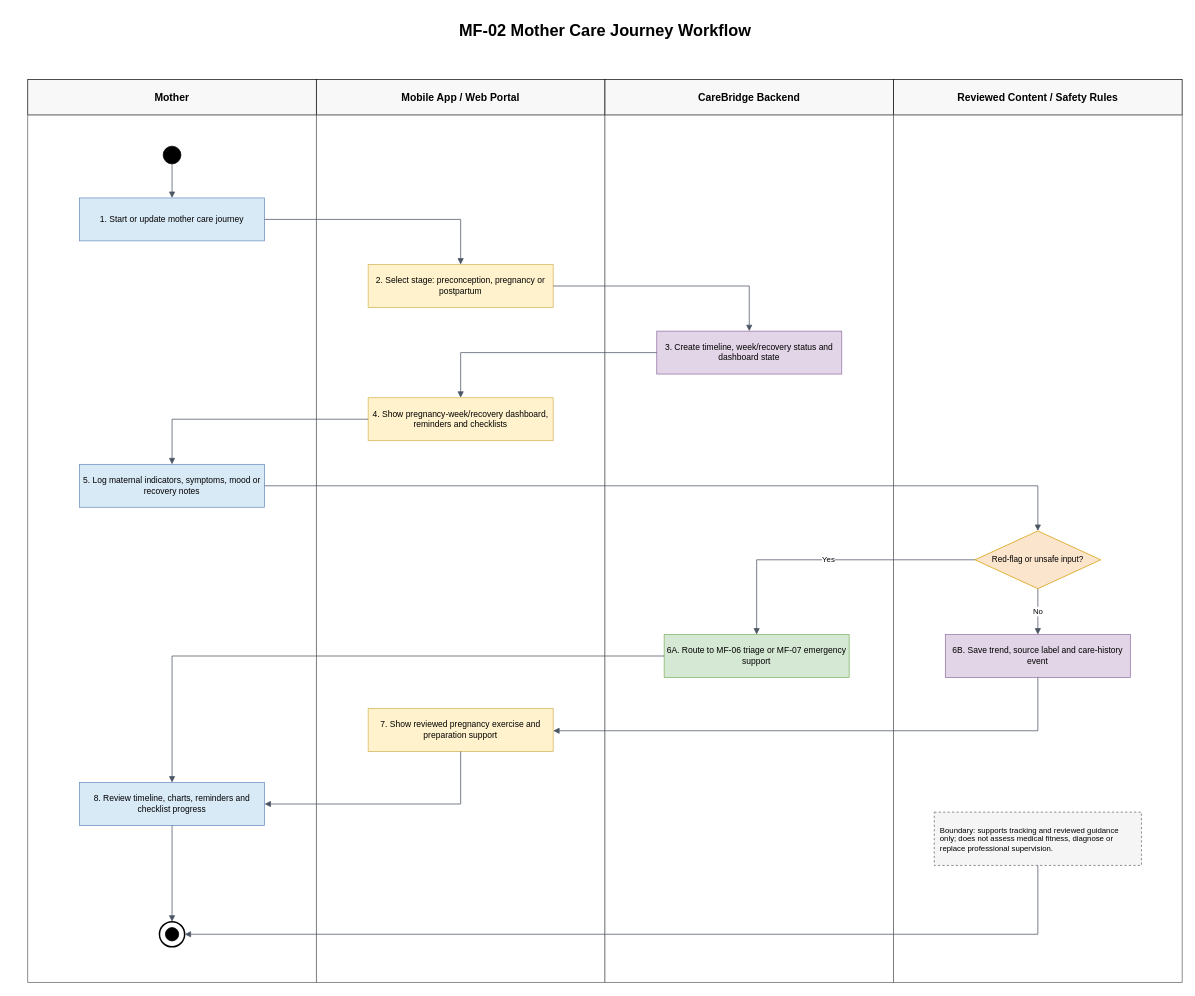
Earlier version of the draw.io diagram page "MF-02 Mother Care Journey Workflow" (2 of 7) of 03_Design/ActivityDiagram/CareBridge-Main-Workflows.drawio (ChuongBDHE172784/CareBridge_SEP490_G79). Source tidied: cells renumbered, new cells numbered last; positions are measured from the earlier drawing's top-left corner, leaving out a move shared by most shapes. Both pictures are drawn from the tidied source at 74%, with x=0, y=0 at pixel (27, 13).
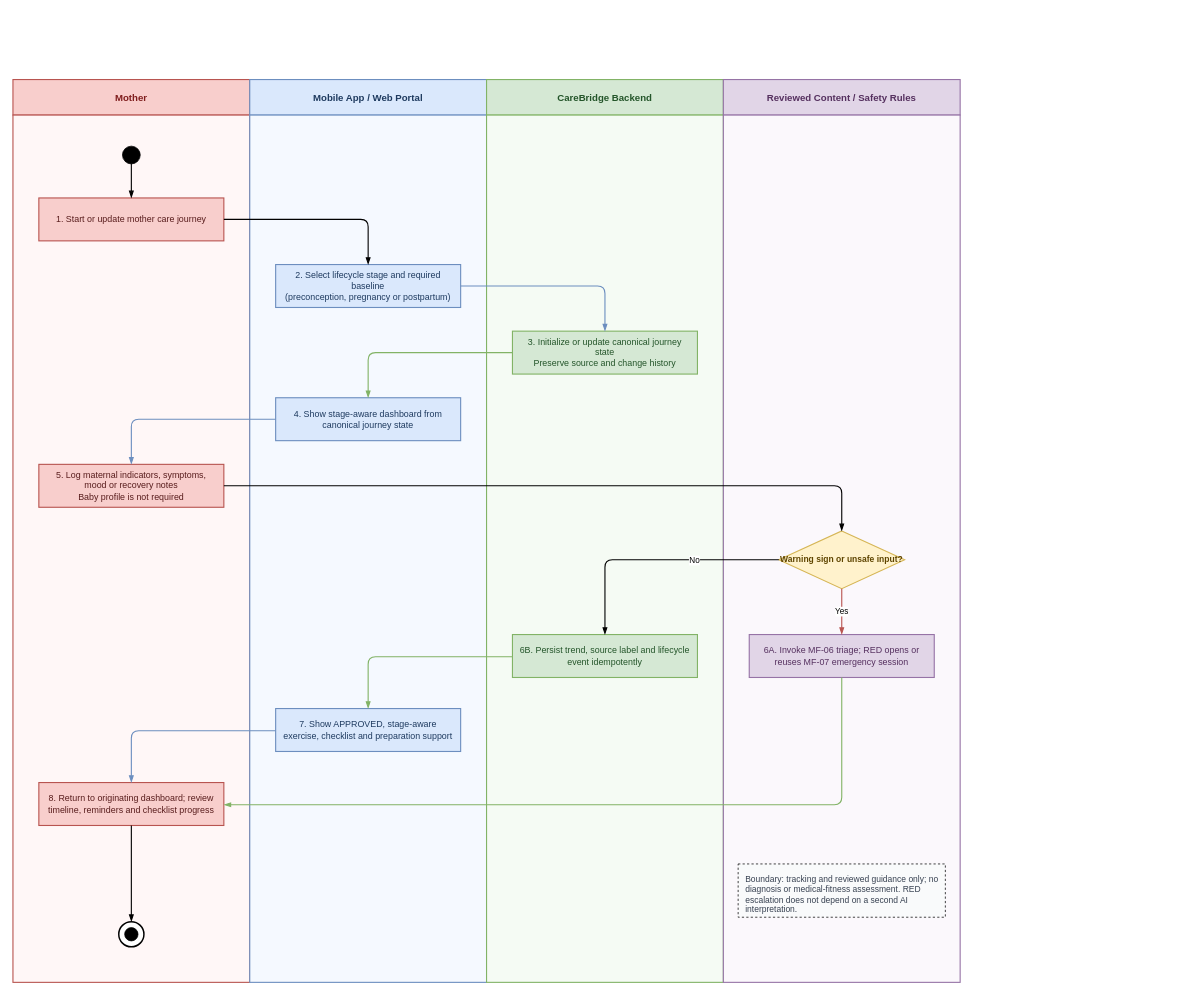
The same diagram, later.

What changed in the source:
```diff
@@
-    <mxCell id="2" value="MF-02 Mother Care Journey Workflow" style="text;html=1;strokeColor=none;fillColor=none;fontFamily=Arial;fontSize=22;fontStyle=1;align=center;verticalAlign=middle;" parent="1" vertex="1">
-      <mxGeometry width="1560" height="50" as="geometry" />
-    </mxCell>
-    <mxCell id="3" value="Mother" style="rounded=0;whiteSpace=wrap;html=1;fillColor=#f8f8f8;strokeColor=#111111;strokeWidth=1;fontStyle=1;fontSize=14;fontFamily=Arial;" parent="1" vertex="1">
-      <mxGeometry y="90" width="390" height="48" as="geometry" />
+    <mxCell id="3" value="Mother" style="rounded=0;whiteSpace=wrap;html=1;fillColor=#F8CECC;strokeColor=#B85450;strokeWidth=1.5;fontStyle=1;fontSize=13;fontFamily=Arial;fontColor=#7F1D1D;align=center;verticalAlign=middle;" parent="1" vertex="1">
+      <mxGeometry x="-20" y="90" width="320" height="48" as="geometry" />
     </mxCell>
-    <mxCell id="4" style="rounded=0;whiteSpace=wrap;html=1;fillColor=#ffffff;strokeColor=#666666;strokeWidth=1;fontFamily=Arial;" parent="1" vertex="1">
-      <mxGeometry y="138" width="390" height="1172" as="geometry" />
+    <mxCell id="4" style="rounded=0;whiteSpace=wrap;html=1;fillColor=#FFF7F7;strokeColor=#B85450;strokeWidth=1.5;fontFamily=Arial;" parent="1" vertex="1">
+      <mxGeometry x="-20" y="138" width="320" height="1172" as="geometry" />
     </mxCell>
-    <mxCell id="5" value="Mobile App / Web Portal" style="rounded=0;whiteSpace=wrap;html=1;fillColor=#f8f8f8;strokeColor=#111111;strokeWidth=1;fontStyle=1;fontSize=14;fontFamily=Arial;" parent="1" vertex="1">
-      <mxGeometry x="390" y="90" width="390" height="48" as="geometry" />
+    <mxCell id="5" value="Mobile App / Web Portal" style="rounded=0;whiteSpace=wrap;html=1;fillColor=#DAE8FC;strokeColor=#6C8EBF;strokeWidth=1.5;fontStyle=1;fontSize=13;fontFamily=Arial;fontColor=#1E3A5F;align=center;verticalAlign=middle;" parent="1" vertex="1">
+      <mxGeometry x="300" y="90" width="320" height="48" as="geometry" />
     </mxCell>
-    <mxCell id="6" style="rounded=0;whiteSpace=wrap;html=1;fillColor=#ffffff;strokeColor=#666666;strokeWidth=1;fontFamily=Arial;" parent="1" vertex="1">
-      <mxGeometry x="390" y="138" width="390" height="1172" as="geometry" />
+    <mxCell id="6" style="rounded=0;whiteSpace=wrap;html=1;fillColor=#F5F9FF;strokeColor=#6C8EBF;strokeWidth=1.5;fontFamily=Arial;" parent="1" vertex="1">
+      <mxGeometry x="300" y="138" width="320" height="1172" as="geometry" />
     </mxCell>
-    <mxCell id="7" value="CareBridge Backend" style="rounded=0;whiteSpace=wrap;html=1;fillColor=#f8f8f8;strokeColor=#111111;strokeWidth=1;fontStyle=1;fontSize=14;fontFamily=Arial;" parent="1" vertex="1">
-      <mxGeometry x="780" y="90" width="390" height="48" as="geometry" />
+    <mxCell id="7" value="CareBridge Backend" style="rounded=0;whiteSpace=wrap;html=1;fillColor=#D5E8D4;strokeColor=#82B366;strokeWidth=1.5;fontStyle=1;fontSize=13;fontFamily=Arial;fontColor=#24552A;align=center;verticalAlign=middle;" parent="1" vertex="1">
+      <mxGeometry x="620" y="90" width="320" height="48" as="geometry" />
     </mxCell>
-    <mxCell id="8" style="rounded=0;whiteSpace=wrap;html=1;fillColor=#ffffff;strokeColor=#666666;strokeWidth=1;fontFamily=Arial;" parent="1" vertex="1">
-      <mxGeometry x="780" y="138" width="390" height="1172" as="geometry" />
+    <mxCell id="8" style="rounded=0;whiteSpace=wrap;html=1;fillColor=#F5FBF4;strokeColor=#82B366;strokeWidth=1.5;fontFamily=Arial;" parent="1" vertex="1">
+      <mxGeometry x="620" y="138" width="320" height="1172" as="geometry" />
     </mxCell>
-    <mxCell id="9" value="Reviewed Content / Safety Rules" style="rounded=0;whiteSpace=wrap;html=1;fillColor=#f8f8f8;strokeColor=#111111;strokeWidth=1;fontStyle=1;fontSize=14;fontFamily=Arial;" parent="1" vertex="1">
-      <mxGeometry x="1170" y="90" width="390" height="48" as="geometry" />
+    <mxCell id="9" value="Reviewed Content / Safety Rules" style="rounded=0;whiteSpace=wrap;html=1;fillColor=#E1D5E7;strokeColor=#9673A6;strokeWidth=1.5;fontStyle=1;fontSize=13;fontFamily=Arial;fontColor=#55305F;align=center;verticalAlign=middle;" parent="1" vertex="1">
+      <mxGeometry x="940" y="90" width="320" height="48" as="geometry" />
     </mxCell>
-    <mxCell id="10" style="rounded=0;whiteSpace=wrap;html=1;fillColor=#ffffff;strokeColor=#666666;strokeWidth=1;fontFamily=Arial;" parent="1" vertex="1">
-      <mxGeometry x="1170" y="138" width="390" height="1172" as="geometry" />
+    <mxCell id="10" style="rounded=0;whiteSpace=wrap;html=1;fillColor=#FBF8FC;strokeColor=#9673A6;strokeWidth=1.5;fontFamily=Arial;" parent="1" vertex="1">
+      <mxGeometry x="940" y="138" width="320" height="1172" as="geometry" />
     </mxCell>
     <mxCell id="11" style="ellipse;whiteSpace=wrap;html=1;fillColor=#000000;strokeColor=#000000;strokeWidth=1;fontSize=1;fontColor=#000000;" parent="1" vertex="1">
-      <mxGeometry x="183" y="180" width="24" height="24" as="geometry" />
+      <mxGeometry x="128" y="180" width="24" height="24" as="geometry" />
     </mxCell>
-    <mxCell id="12" value="1. Start or update mother care journey" style="rounded=0;whiteSpace=wrap;html=1;fillColor=#d9eaf7;strokeColor=#6c8ebf;fontSize=11.5;fontFamily=Arial;align=center;verticalAlign=middle;" parent="1" vertex="1">
-      <mxGeometry x="70" y="250" width="250" height="58" as="geometry" />
+    <mxCell id="12" value="1. Start or update mother care journey" style="rounded=0;whiteSpace=wrap;html=1;fillColor=#F8CECC;strokeColor=#B85450;strokeWidth=1.5;fontFamily=Arial;fontSize=12;fontColor=#581C1C;align=center;verticalAlign=middle;spacing=8;" parent="1" vertex="1">
+      <mxGeometry x="15" y="250" width="250" height="58" as="geometry" />
     </mxCell>
-    <mxCell id="13" value="2. Select stage: preconception, pregnancy or postpartum" style="rounded=0;whiteSpace=wrap;html=1;fillColor=#fff2cc;strokeColor=#d6b656;fontSize=11.5;fontFamily=Arial;align=center;verticalAlign=middle;" parent="1" vertex="1">
-      <mxGeometry x="460" y="340" width="250" height="58" as="geometry" />
+    <mxCell id="13" value="2. Select lifecycle stage and required baseline&#10;(preconception, pregnancy or postpartum)" style="rounded=0;whiteSpace=wrap;html=1;fillColor=#DAE8FC;strokeColor=#6C8EBF;strokeWidth=1.5;fontFamily=Arial;fontSize=12;fontColor=#1E3A5F;align=center;verticalAlign=middle;spacing=8;" parent="1" vertex="1">
+      <mxGeometry x="335" y="340" width="250" height="58" as="geometry" />
     </mxCell>
-    <mxCell id="14" value="3. Create timeline, week/recovery status and dashboard state" style="rounded=0;whiteSpace=wrap;html=1;fillColor=#e1d5e7;strokeColor=#9673a6;fontSize=11.5;fontFamily=Arial;align=center;verticalAlign=middle;" parent="1" vertex="1">
-      <mxGeometry x="850" y="430" width="250" height="58" as="geometry" />
+    <mxCell id="14" value="3. Initialize or update canonical journey state&lt;br&gt;Preserve source and change history" style="rounded=0;whiteSpace=wrap;html=1;fillColor=#D5E8D4;strokeColor=#82B366;strokeWidth=1.5;fontFamily=Arial;fontSize=12;fontColor=#24552A;align=center;verticalAlign=middle;spacing=8;" parent="1" vertex="1">
+      <mxGeometry x="655" y="430" width="250" height="58" as="geometry" />
     </mxCell>
-    <mxCell id="15" value="4. Show pregnancy-week/recovery dashboard, reminders and checklists" style="rounded=0;whiteSpace=wrap;html=1;fillColor=#fff2cc;strokeColor=#d6b656;fontSize=11.5;fontFamily=Arial;align=center;verticalAlign=middle;" parent="1" vertex="1">
-      <mxGeometry x="460" y="520" width="250" height="58" as="geometry" />
+    <mxCell id="15" value="4. Show stage-aware dashboard from canonical journey state" style="rounded=0;whiteSpace=wrap;html=1;fillColor=#DAE8FC;strokeColor=#6C8EBF;strokeWidth=1.5;fontFamily=Arial;fontSize=12;fontColor=#1E3A5F;align=center;verticalAlign=middle;spacing=8;" parent="1" vertex="1">
+      <mxGeometry x="335" y="520" width="250" height="58" as="geometry" />
     </mxCell>
-    <mxCell id="16" value="5. Log maternal indicators, symptoms, mood or recovery notes" style="rounded=0;whiteSpace=wrap;html=1;fillColor=#d9eaf7;strokeColor=#6c8ebf;fontSize=11.5;fontFamily=Arial;align=center;verticalAlign=middle;" parent="1" vertex="1">
-      <mxGeometry x="70" y="610" width="250" height="58" as="geometry" />
+    <mxCell id="16" value="5. Log maternal indicators, symptoms, mood or recovery notes&#10;Baby profile is not required" style="rounded=0;whiteSpace=wrap;html=1;fillColor=#F8CECC;strokeColor=#B85450;strokeWidth=1.5;fontFamily=Arial;fontSize=12;fontColor=#581C1C;align=center;verticalAlign=middle;spacing=8;" parent="1" vertex="1">
+      <mxGeometry x="15" y="610" width="250" height="58" as="geometry" />
     </mxCell>
-    <mxCell id="17" value="Red-flag or unsafe input?" style="rhombus;whiteSpace=wrap;html=1;fillColor=#fce5cd;strokeColor=#d79b00;fontSize=11;fontFamily=Arial;align=center;verticalAlign=middle;" parent="1" vertex="1">
-      <mxGeometry x="1280" y="700" width="170" height="78" as="geometry" />
+    <mxCell id="17" value="Warning sign or unsafe input?" style="rhombus;whiteSpace=wrap;html=1;fillColor=#FFF2CC;strokeColor=#D6B656;strokeWidth=1.5;fontFamily=Arial;fontSize=11.5;fontStyle=1;fontColor=#5F4500;align=center;verticalAlign=middle;" parent="1" vertex="1">
+      <mxGeometry x="1015" y="700" width="170" height="78" as="geometry" />
     </mxCell>
-    <mxCell id="18" value="6A. Route to MF-06 triage or MF-07 emergency support" style="rounded=0;whiteSpace=wrap;html=1;fillColor=#d5e8d4;strokeColor=#82b366;fontSize=11.5;fontFamily=Arial;align=center;verticalAlign=middle;" parent="1" vertex="1">
-      <mxGeometry x="860" y="840" width="250" height="58" as="geometry" />
+    <mxCell id="18" value="6A. Invoke MF-06 triage; RED opens or reuses MF-07 emergency session" style="rounded=0;whiteSpace=wrap;html=1;fillColor=#E1D5E7;strokeColor=#9673A6;strokeWidth=1.5;fontFamily=Arial;fontSize=12;fontColor=#55305F;align=center;verticalAlign=middle;spacing=8;" parent="1" vertex="1">
+      <mxGeometry x="975" y="840" width="250" height="58" as="geometry" />
     </mxCell>
-    <mxCell id="19" value="6B. Save trend, source label and care-history event" style="rounded=0;whiteSpace=wrap;html=1;fillColor=#e1d5e7;strokeColor=#9673a6;fontSize=11.5;fontFamily=Arial;align=center;verticalAlign=middle;" parent="1" vertex="1">
-      <mxGeometry x="1240" y="840" width="250" height="58" as="geometry" />
+    <mxCell id="19" value="6B. Persist trend, source label and lifecycle event idempotently" style="rounded=0;whiteSpace=wrap;html=1;fillColor=#D5E8D4;strokeColor=#82B366;strokeWidth=1.5;fontFamily=Arial;fontSize=12;fontColor=#24552A;align=center;verticalAlign=middle;spacing=8;" parent="1" vertex="1">
+      <mxGeometry x="655" y="840" width="250" height="58" as="geometry" />
     </mxCell>
-    <mxCell id="20" value="7. Show reviewed pregnancy exercise and preparation support" style="rounded=0;whiteSpace=wrap;html=1;fillColor=#fff2cc;strokeColor=#d6b656;fontSize=11.5;fontFamily=Arial;align=center;verticalAlign=middle;" parent="1" vertex="1">
-      <mxGeometry x="460" y="940" width="250" height="58" as="geometry" />
+    <mxCell id="20" value="7. Show APPROVED, stage-aware exercise, checklist and preparation support" style="rounded=0;whiteSpace=wrap;html=1;fillColor=#DAE8FC;strokeColor=#6C8EBF;strokeWidth=1.5;fontFamily=Arial;fontSize=12;fontColor=#1E3A5F;align=center;verticalAlign=middle;spacing=8;" parent="1" vertex="1">
+      <mxGeometry x="335" y="940" width="250" height="58" as="geometry" />
     </mxCell>
-    <mxCell id="21" value="8. Review timeline, charts, reminders and checklist progress" style="rounded=0;whiteSpace=wrap;html=1;fillColor=#d9eaf7;strokeColor=#6c8ebf;fontSize=11.5;fontFamily=Arial;align=center;verticalAlign=middle;" parent="1" vertex="1">
-      <mxGeometry x="70" y="1040" width="250" height="58" as="geometry" />
+    <mxCell id="21" value="8. Return to originating dashboard; review timeline, reminders and checklist progress" style="rounded=0;whiteSpace=wrap;html=1;fillColor=#F8CECC;strokeColor=#B85450;strokeWidth=1.5;fontFamily=Arial;fontSize=12;fontColor=#581C1C;align=center;verticalAlign=middle;spacing=8;" parent="1" vertex="1">
+      <mxGeometry x="15" y="1040" width="250" height="58" as="geometry" />
     </mxCell>
-    <mxCell id="22" value="Boundary: supports tracking and reviewed guidance only; does not assess medical fitness, diagnose or replace professional supervision." style="rounded=0;whiteSpace=wrap;html=1;fillColor=#f5f5f5;strokeColor=#666666;dashed=1;fontSize=10.5;fontFamily=Arial;align=left;spacing=8;" parent="1" vertex="1">
-      <mxGeometry x="1225" y="1080" width="280" height="72" as="geometry" />
+    <mxCell id="22" value="Boundary: tracking and reviewed guidance only; no diagnosis or medical-fitness assessment. RED escalation does not depend on a second AI interpretation." style="rounded=0;whiteSpace=wrap;html=1;fillColor=#F9FAFB;strokeColor=#000000;dashed=1;fontFamily=Arial;fontSize=11.5;fontColor=#374151;align=left;verticalAlign=top;spacing=10;" parent="1" vertex="1">
+      <mxGeometry x="960" y="1150" width="280" height="72" as="geometry" />
     </mxCell>
     <mxCell id="23" style="ellipse;whiteSpace=wrap;html=1;fillColor=#ffffff;strokeColor=#000000;strokeWidth=2;fontSize=1;fontColor=#ffffff;" parent="1" vertex="1">
-      <mxGeometry x="178" y="1228" width="34" height="34" as="geometry" />
+      <mxGeometry x="123" y="1228" width="34" height="34" as="geometry" />
     </mxCell>
     <mxCell id="24" style="ellipse;whiteSpace=wrap;html=1;fillColor=#000000;strokeColor=#000000;strokeWidth=1;fontSize=1;fontColor=#000000;" parent="1" vertex="1">
-      <mxGeometry x="186" y="1236" width="18" height="18" as="geometry" />
+      <mxGeometry x="131" y="1236" width="18" height="18" as="geometry" />
     </mxCell>
-    <mxCell id="25" style="edgeStyle=orthogonalEdgeStyle;rounded=0;jettySize=auto;html=1;endArrow=block;endFill=1;fontFamily=Arial;fontSize=10.5;strokeColor=#4B5563;" parent="1" edge="1" source="11" target="12">
+    <mxCell id="25" style="edgeStyle=orthogonalEdgeStyle;rounded=1;jettySize=auto;html=1;endArrow=blockThin;endFill=1;strokeWidth=1.5;fontFamily=Arial;fontSize=11;labelBackgroundColor=#FFFFFF;strokeColor=#000000;" parent="1" edge="1" source="11" target="12">
       <mxGeometry relative="1" as="geometry" />
     </mxCell>
-    <mxCell id="26" style="edgeStyle=orthogonalEdgeStyle;rounded=0;jettySize=auto;html=1;endArrow=block;endFill=1;fontFamily=Arial;fontSize=10.5;strokeColor=#4B5563;" parent="1" edge="1" source="12" target="13">
+    <mxCell id="26" style="edgeStyle=orthogonalEdgeStyle;rounded=1;jettySize=auto;html=1;endArrow=blockThin;endFill=1;strokeWidth=1.5;fontFamily=Arial;fontSize=11;labelBackgroundColor=#FFFFFF;strokeColor=#000000;" parent="1" edge="1" source="12" target="13">
       <mxGeometry relative="1" as="geometry" />
     </mxCell>
-    <mxCell id="27" style="edgeStyle=orthogonalEdgeStyle;rounded=0;jettySize=auto;html=1;endArrow=block;endFill=1;fontFamily=Arial;fontSize=10.5;strokeColor=#4B5563;" parent="1" edge="1" source="13" target="14">
+    <mxCell id="27" style="edgeStyle=orthogonalEdgeStyle;rounded=1;jettySize=auto;html=1;endArrow=blockThin;endFill=1;strokeWidth=1.5;fontFamily=Arial;fontSize=11;labelBackgroundColor=#FFFFFF;strokeColor=#6C8EBF;" parent="1" edge="1" source="13" target="14">
       <mxGeometry relative="1" as="geometry" />
     </mxCell>
-    <mxCell id="28" style="edgeStyle=orthogonalEdgeStyle;rounded=0;jettySize=auto;html=1;endArrow=block;endFill=1;fontFamily=Arial;fontSize=10.5;strokeColor=#4B5563;" parent="1" edge="1" source="14" target="15">
+    <mxCell id="28" style="edgeStyle=orthogonalEdgeStyle;rounded=1;jettySize=auto;html=1;endArrow=blockThin;endFill=1;strokeWidth=1.5;fontFamily=Arial;fontSize=11;labelBackgroundColor=#FFFFFF;strokeColor=#82B366;" parent="1" edge="1" source="14" target="15">
       <mxGeometry relative="1" as="geometry" />
     </mxCell>
-    <mxCell id="29" style="edgeStyle=orthogonalEdgeStyle;rounded=0;jettySize=auto;html=1;endArrow=block;endFill=1;fontFamily=Arial;fontSize=10.5;strokeColor=#4B5563;" parent="1" edge="1" source="15" target="16">
+    <mxCell id="29" style="edgeStyle=orthogonalEdgeStyle;rounded=1;jettySize=auto;html=1;endArrow=blockThin;endFill=1;strokeWidth=1.5;fontFamily=Arial;fontSize=11;labelBackgroundColor=#FFFFFF;strokeColor=#6C8EBF;" parent="1" edge="1" source="15" target="16">
       <mxGeometry relative="1" as="geometry" />
     </mxCell>
-    <mxCell id="30" style="edgeStyle=orthogonalEdgeStyle;rounded=0;jettySize=auto;html=1;endArrow=block;endFill=1;fontFamily=Arial;fontSize=10.5;strokeColor=#4B5563;" parent="1" edge="1" source="16" target="17">
+    <mxCell id="30" style="edgeStyle=orthogonalEdgeStyle;rounded=1;jettySize=auto;html=1;endArrow=blockThin;endFill=1;strokeWidth=1.5;fontFamily=Arial;fontSize=11;labelBackgroundColor=#FFFFFF;strokeColor=#000000;" parent="1" edge="1" source="16" target="17">
       <mxGeometry relative="1" as="geometry" />
     </mxCell>
-    <mxCell id="31" value="Yes" style="edgeStyle=orthogonalEdgeStyle;rounded=0;jettySize=auto;html=1;endArrow=block;endFill=1;fontFamily=Arial;fontSize=10.5;strokeColor=#4B5563;" parent="1" edge="1" source="17" target="18">
+    <mxCell id="31" value="Yes" style="edgeStyle=orthogonalEdgeStyle;rounded=1;jettySize=auto;html=1;endArrow=blockThin;endFill=1;strokeWidth=1.5;fontFamily=Arial;fontSize=11;labelBackgroundColor=#FFFFFF;strokeColor=#B85450;" parent="1" edge="1" source="17" target="18">
       <mxGeometry relative="1" as="geometry" />
     </mxCell>
-    <mxCell id="32" value="No" style="edgeStyle=orthogonalEdgeStyle;rounded=0;jettySize=auto;html=1;endArrow=block;endFill=1;fontFamily=Arial;fontSize=10.5;strokeColor=#4B5563;" parent="1" edge="1" source="17" target="19">
-      <mxGeometry relative="1" as="geometry" />
+    <mxCell id="32" value="No" style="edgeStyle=orthogonalEdgeStyle;rounded=1;jettySize=auto;html=1;endArrow=blockThin;endFill=1;strokeWidth=1.5;fontFamily=Arial;fontSize=11;labelBackgroundColor=#FFFFFF;strokeColor=#000000;" parent="1" edge="1" source="17" target="19">
+      <mxGeometry x="-0.32" y="1" relative="1" as="geometry" />
     </mxCell>
-    <mxCell id="33" style="edgeStyle=orthogonalEdgeStyle;rounded=0;jettySize=auto;html=1;endArrow=block;endFill=1;fontFamily=Arial;fontSize=10.5;strokeColor=#4B5563;" parent="1" edge="1" source="18" target="21">
-      <mxGeometry relative="1" as="geometry" />
+    <mxCell id="33" style="edgeStyle=orthogonalEdgeStyle;rounded=1;jettySize=auto;html=1;endArrow=blockThin;endFill=1;strokeWidth=1.5;fontFamily=Arial;fontSize=11;labelBackgroundColor=#FFFFFF;strokeColor=#82B366;" parent="1" edge="1" source="18" target="21">
+      <mxGeometry relative="1" as="geometry">
+        <Array as="points">
+          <mxPoint x="1100" y="1070" />
+        </Array>
+      </mxGeometry>
     </mxCell>
-    <mxCell id="34" style="edgeStyle=orthogonalEdgeStyle;rounded=0;jettySize=auto;html=1;endArrow=block;endFill=1;fontFamily=Arial;fontSize=10.5;strokeColor=#4B5563;" parent="1" edge="1" source="19" target="20">
+    <mxCell id="34" style="edgeStyle=orthogonalEdgeStyle;rounded=1;jettySize=auto;html=1;endArrow=blockThin;endFill=1;strokeWidth=1.5;fontFamily=Arial;fontSize=11;labelBackgroundColor=#FFFFFF;strokeColor=#82B366;fillColor=light-dark(#f1f3f4, #1f2f1e);" parent="1" edge="1" source="19" target="20">
       <mxGeometry relative="1" as="geometry">
         <Array as="points">
-          <mxPoint x="1365" y="970" />
+          <mxPoint x="460" y="870" />
         </Array>
       </mxGeometry>
     </mxCell>
-    <mxCell id="35" style="edgeStyle=orthogonalEdgeStyle;rounded=0;jettySize=auto;html=1;endArrow=block;endFill=1;fontFamily=Arial;fontSize=10.5;strokeColor=#4B5563;" parent="1" edge="1" source="20" target="21">
+    <mxCell id="35" style="edgeStyle=orthogonalEdgeStyle;rounded=1;jettySize=auto;html=1;endArrow=blockThin;endFill=1;strokeWidth=1.5;fontFamily=Arial;fontSize=11;labelBackgroundColor=#FFFFFF;strokeColor=#6C8EBF;" parent="1" edge="1" source="20" target="21">
       <mxGeometry relative="1" as="geometry">
         <Array as="points">
-          <mxPoint x="585" y="1069" />
+          <mxPoint x="140" y="970" />
         </Array>
       </mxGeometry>
     </mxCell>
-    <mxCell id="36" style="edgeStyle=orthogonalEdgeStyle;rounded=0;jettySize=auto;html=1;endArrow=block;endFill=1;fontFamily=Arial;fontSize=10.5;strokeColor=#4B5563;" parent="1" edge="1" source="21" target="23">
+    <mxCell id="36" style="edgeStyle=orthogonalEdgeStyle;rounded=1;jettySize=auto;html=1;endArrow=blockThin;endFill=1;strokeWidth=1.5;fontFamily=Arial;fontSize=11;labelBackgroundColor=#FFFFFF;strokeColor=#000000;" parent="1" edge="1" source="21" target="23">
       <mxGeometry relative="1" as="geometry" />
     </mxCell>
-    <mxCell id="37" style="edgeStyle=orthogonalEdgeStyle;rounded=0;jettySize=auto;html=1;endArrow=block;endFill=1;fontFamily=Arial;fontSize=10.5;strokeColor=#4B5563;" parent="1" edge="1" source="22" target="23">
-      <mxGeometry relative="1" as="geometry">
-        <Array as="points">
-          <mxPoint x="1365" y="1245" />
-        </Array>
-      </mxGeometry>
-    </mxCell>
```
